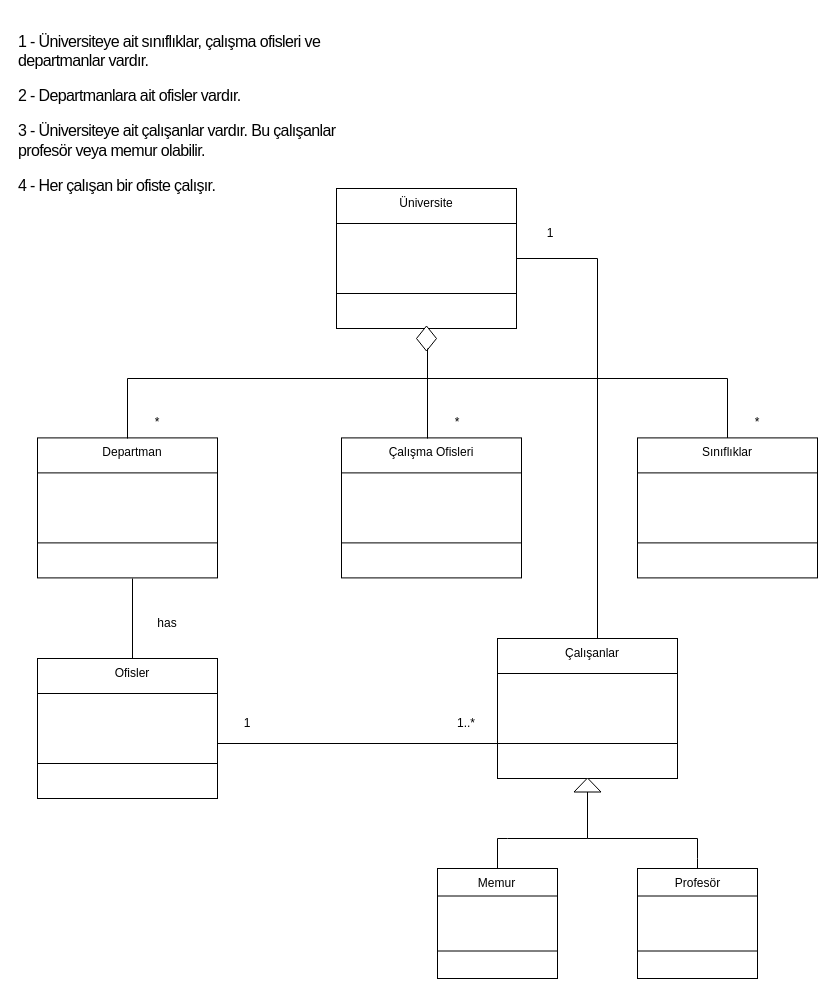
enesgulpinar1/kodluyoruzilkrepo keeps this draw.io diagram as Başlıksız Diyagram.drawio. Above is the earlier version. Source tidied: cells renumbered, new cells numbered last; positions are measured from the earlier drawing's top-left corner, leaving out a move shared by most shapes. Both pictures are drawn from the tidied source at 100%, with x=0, y=0 at pixel (17, 18).
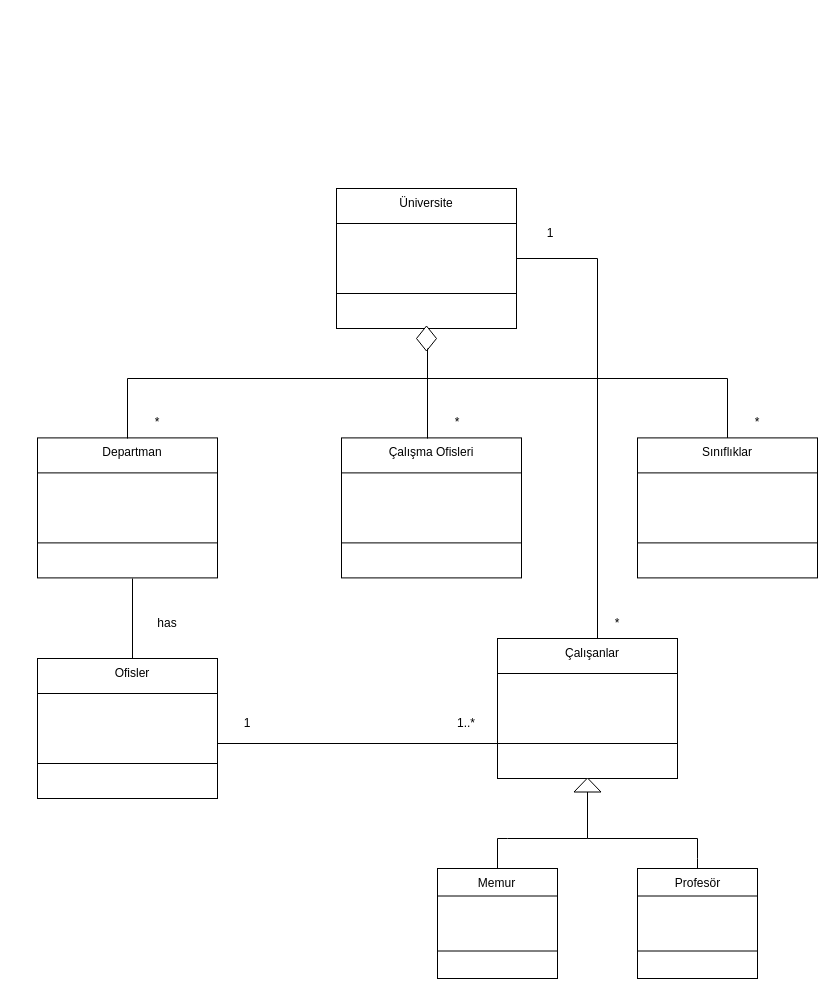
The same page after the edit.

Change to the diagram source:
```diff
@@
-    <mxCell id="2" value="&#10;&lt;p style=&quot;box-sizing: border-box; margin-top: 0px; margin-bottom: 1rem; color: rgb(0, 0, 0); font-family: Nunito, sans-serif; font-size: 16px; font-style: normal; font-variant-ligatures: normal; font-variant-caps: normal; font-weight: 400; letter-spacing: -0.64px; orphans: 2; text-align: left; text-indent: 0px; text-transform: none; widows: 2; word-spacing: 0px; -webkit-text-stroke-width: 0px; background-color: rgb(255, 255, 255); text-decoration-thickness: initial; text-decoration-style: initial; text-decoration-color: initial;&quot;&gt;1 - Üniversiteye ait sınıflıklar, çalışma ofisleri ve departmanlar vardır.&lt;/p&gt;&lt;p style=&quot;box-sizing: border-box; margin-top: 0px; margin-bottom: 1rem; color: rgb(0, 0, 0); font-family: Nunito, sans-serif; font-size: 16px; font-style: normal; font-variant-ligatures: normal; font-variant-caps: normal; font-weight: 400; letter-spacing: -0.64px; orphans: 2; text-align: left; text-indent: 0px; text-transform: none; widows: 2; word-spacing: 0px; -webkit-text-stroke-width: 0px; background-color: rgb(255, 255, 255); text-decoration-thickness: initial; text-decoration-style: initial; text-decoration-color: initial;&quot;&gt;2 - Departmanlara ait ofisler vardır.&lt;/p&gt;&lt;p style=&quot;box-sizing: border-box; margin-top: 0px; margin-bottom: 1rem; color: rgb(0, 0, 0); font-family: Nunito, sans-serif; font-size: 16px; font-style: normal; font-variant-ligatures: normal; font-variant-caps: normal; font-weight: 400; letter-spacing: -0.64px; orphans: 2; text-align: left; text-indent: 0px; text-transform: none; widows: 2; word-spacing: 0px; -webkit-text-stroke-width: 0px; background-color: rgb(255, 255, 255); text-decoration-thickness: initial; text-decoration-style: initial; text-decoration-color: initial;&quot;&gt;3 - Üniversiteye ait çalışanlar vardır. Bu çalışanlar profesör veya memur olabilir.&lt;/p&gt;&lt;p style=&quot;box-sizing: border-box; margin-top: 0px; margin-bottom: 1rem; color: rgb(0, 0, 0); font-family: Nunito, sans-serif; font-size: 16px; font-style: normal; font-variant-ligatures: normal; font-variant-caps: normal; font-weight: 400; letter-spacing: -0.64px; orphans: 2; text-align: left; text-indent: 0px; text-transform: none; widows: 2; word-spacing: 0px; -webkit-text-stroke-width: 0px; background-color: rgb(255, 255, 255); text-decoration-thickness: initial; text-decoration-style: initial; text-decoration-color: initial;&quot;&gt;4 - Her çalışan bir ofiste çalışır.&lt;/p&gt;&#10;&#10;" style="text;html=1;strokeColor=none;fillColor=none;align=center;verticalAlign=middle;whiteSpace=wrap;rounded=0;" parent="1" vertex="1">
-      <mxGeometry width="340" height="220" as="geometry" />
-    </mxCell>
@@
+    <mxCell id="64" value="*" style="text;html=1;strokeColor=none;fillColor=none;align=center;verticalAlign=middle;whiteSpace=wrap;rounded=0;" parent="1" vertex="1">
+      <mxGeometry x="570" y="590" width="60" height="30" as="geometry" />
+    </mxCell>
```
